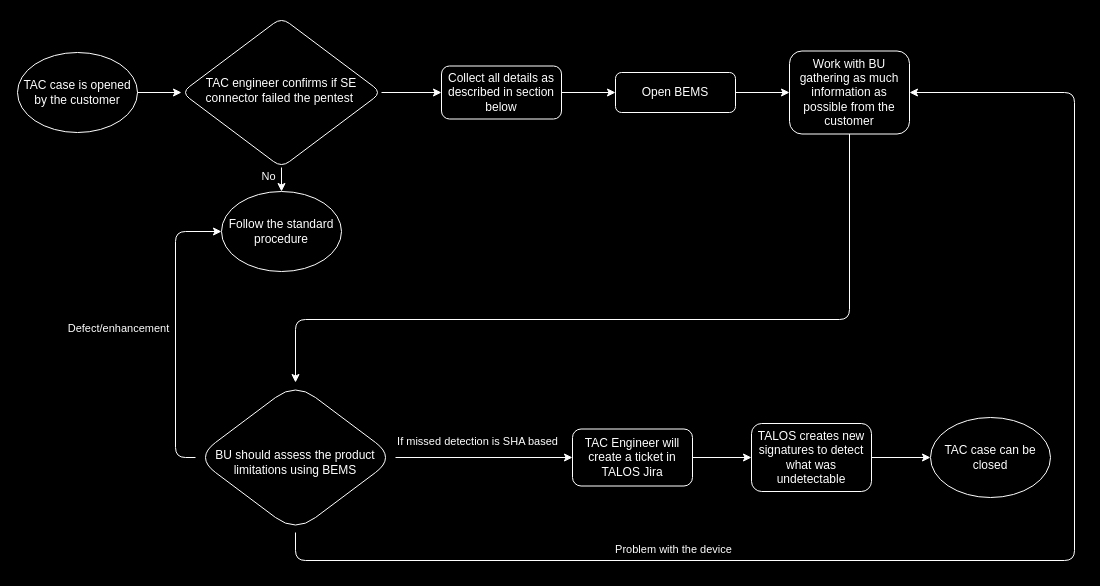
Before: pentesting.drawio in rolszowy/drawio, a draw.io diagram. Source tidied: cells renumbered, new cells numbered last; positions are measured from the earlier drawing's top-left corner, leaving out a move shared by most shapes. Both pictures are drawn from the tidied source at 100%, with x=0, y=0 at pixel (17, 17).
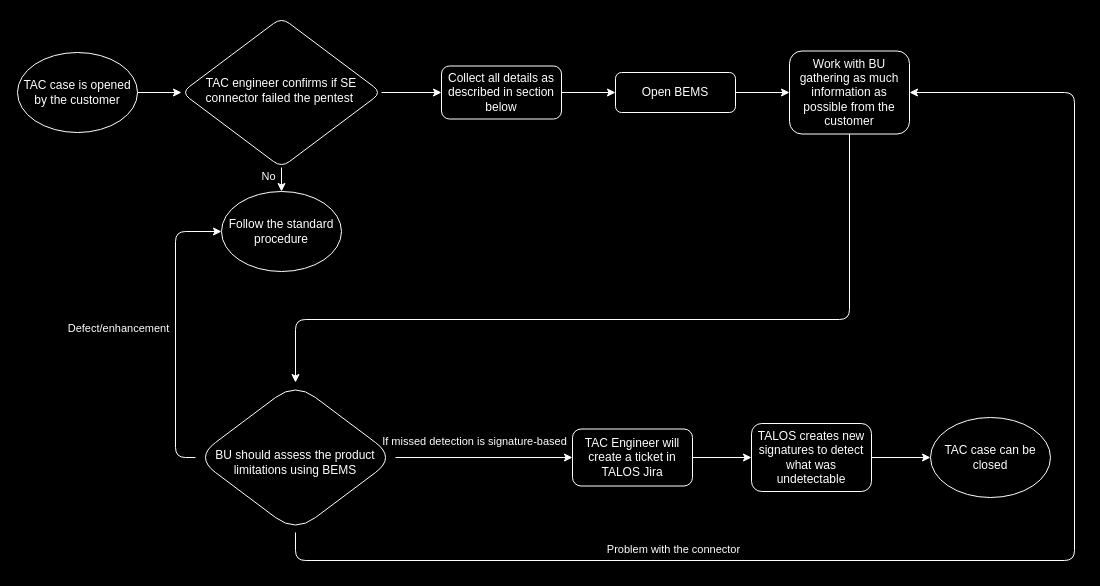
The same diagram, later.

Unchanged cells that the change refers to:
```xml
<mxCell id="11" style="edgeStyle=orthogonalEdgeStyle;rounded=1;jettySize=auto;html=1;entryX=0;entryY=0.5;entryDx=0;entryDy=0;strokeColor=#FFFFFF;labelBackgroundColor=default;fontColor=#FFFFFF;" parent="1" edge="1" source="17" target="3">
  <mxGeometry relative="1" as="geometry" />
</mxCell>
<mxCell id="13" style="edgeStyle=orthogonalEdgeStyle;shape=connector;curved=0;rounded=1;jettySize=auto;html=1;entryX=1;entryY=0.5;entryDx=0;entryDy=0;strokeColor=#FFFFFF;align=center;verticalAlign=middle;fontFamily=Helvetica;fontSize=11;fontColor=default;labelBackgroundColor=none;endArrow=classic;exitX=0.5;exitY=1;exitDx=0;exitDy=0;" parent="1" edge="1" source="17" target="19">
  <mxGeometry relative="1" as="geometry">
    <Array as="points">
      <mxPoint x="278" y="543" />
      <mxPoint x="1057" y="543" />
      <mxPoint x="1057" y="75" />
    </Array>
  </mxGeometry>
</mxCell>
```

Change to the diagram source:
```diff
@@
-    <mxCell id="12" value="If missed detection is SHA based" style="edgeLabel;html=1;align=center;verticalAlign=middle;labelBackgroundColor=none;fontColor=#FFFFFF;rounded=1;" parent="11" vertex="1">
+    <mxCell id="12" value="If missed detection is signature-based" style="edgeLabel;html=1;align=center;verticalAlign=middle;labelBackgroundColor=none;fontColor=#FFFFFF;rounded=1;" parent="11" vertex="1">
       <mxGeometry x="-0.26" y="-1" relative="1" as="geometry">
-        <mxPoint x="16" y="-18" as="offset" />
+        <mxPoint x="13" y="-18" as="offset" />
       </mxGeometry>
     </mxCell>
@@
-    <mxCell id="14" value="Problem with the device" style="edgeLabel;html=1;align=center;verticalAlign=middle;strokeColor=#FFFFFF;fontFamily=Helvetica;fontSize=11;fontColor=#FFFFFF;labelBackgroundColor=none;fillColor=none;" parent="13" vertex="1">
+    <mxCell id="14" value="Problem with the connector" style="edgeLabel;html=1;align=center;verticalAlign=middle;strokeColor=#FFFFFF;fontFamily=Helvetica;fontSize=11;fontColor=#FFFFFF;labelBackgroundColor=none;fillColor=none;" parent="13" vertex="1">
       <mxGeometry x="-0.44" y="2" relative="1" as="geometry">
         <mxPoint x="2" y="-10" as="offset" />
       </mxGeometry>
     </mxCell>
```
